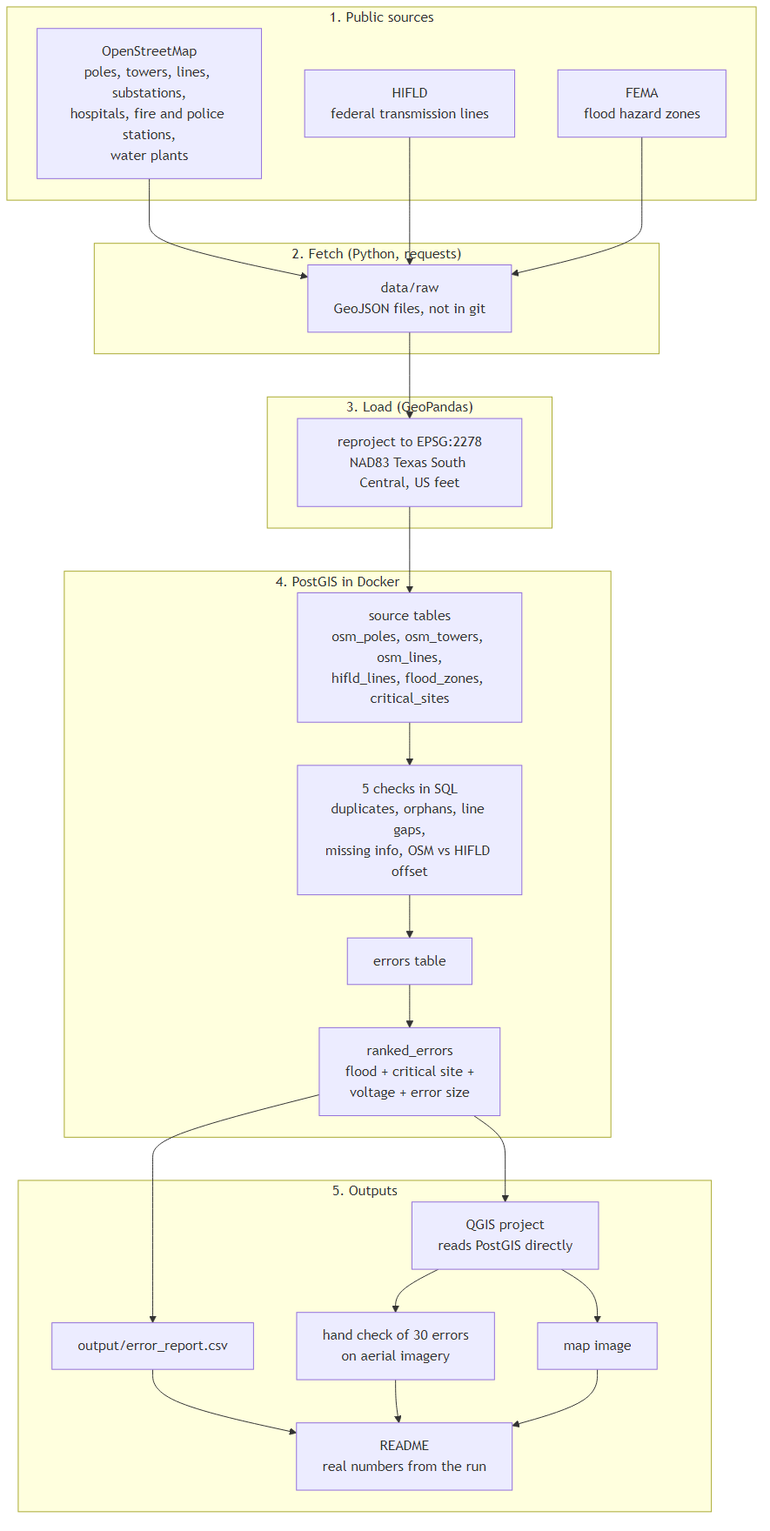
narasimha-31/utility-asset-location-errors-gis keeps this Mermaid diagram as docs/architecture.png. Above is the earlier version. Its source is kept beside it as docs/architecture.mmd. Source of this version:
```mermaid
flowchart TD
    subgraph S["1. Public sources"]
        OSM["OpenStreetMap<br/>poles, towers, lines, substations,<br/>hospitals, fire and police stations,<br/>water plants"]
        HIFLD["HIFLD<br/>federal transmission lines"]
        FEMA["FEMA<br/>flood hazard zones"]
    end

    subgraph F["2. Fetch (Python, requests)"]
        RAW["data/raw<br/>GeoJSON files, not in git"]
    end

    subgraph L["3. Load (GeoPandas)"]
        PROJ["reproject to EPSG:2278<br/>NAD83 Texas South Central, US feet"]
    end

    subgraph DB["4. PostGIS in Docker"]
        T["source tables<br/>osm_poles, osm_towers, osm_lines,<br/>hifld_lines, flood_zones, critical_sites"]
        C["5 checks in SQL<br/>duplicates, orphans, line gaps,<br/>missing info, OSM vs HIFLD offset"]
        E["errors table"]
        R["ranked_errors<br/>flood + critical site +<br/>voltage + error size"]
    end

    subgraph O["5. Outputs"]
        CSV["output/error_report.csv"]
        QGIS["QGIS project<br/>reads PostGIS directly"]
        PNG["map image"]
        HC["hand check of 30 errors<br/>on aerial imagery"]
        MD["README<br/>real numbers from the run"]
    end

    OSM --> RAW
    HIFLD --> RAW
    FEMA --> RAW
    RAW --> PROJ --> T
    T --> C --> E --> R
    R --> CSV
    R --> QGIS
    QGIS --> PNG
    QGIS --> HC
    CSV --> MD
    HC --> MD
    PNG --> MD
```
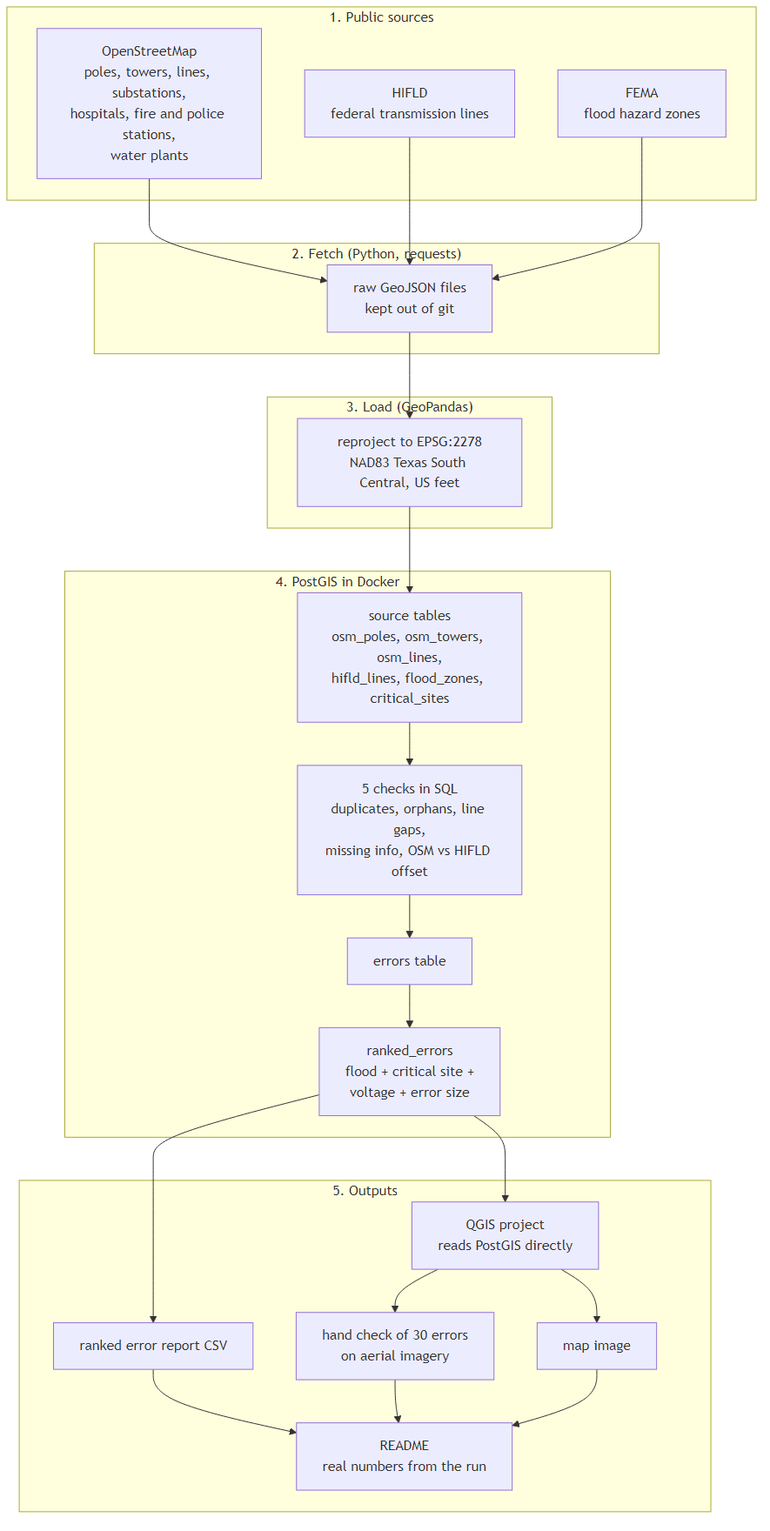
The same file after the commit.

Commit message:
update architecture diagram image

The edit, as a diff of the source:
```diff
@@ -6,7 +6,7 @@
     end
 
     subgraph F["2. Fetch (Python, requests)"]
-        RAW["data/raw<br/>GeoJSON files, not in git"]
+        RAW["raw GeoJSON files<br/>kept out of git"]
     end
 
     subgraph L["3. Load (GeoPandas)"]
@@ -21,7 +21,7 @@
     end
 
     subgraph O["5. Outputs"]
-        CSV["output/error_report.csv"]
+        CSV["ranked error report CSV"]
         QGIS["QGIS project<br/>reads PostGIS directly"]
         PNG["map image"]
         HC["hand check of 30 errors<br/>on aerial imagery"]
```
